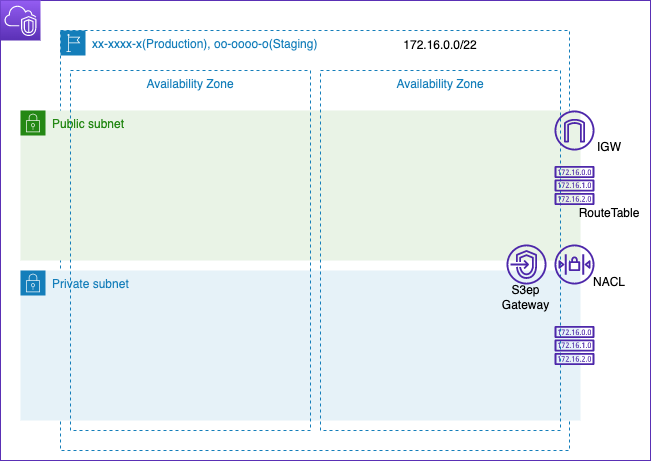
Above: images/vpc/vpc.dio.png in glass3839/iac-self-learning (draw.io), before the change. Source tidied: cells renumbered, new cells last; positions are measured from the earlier drawing's top-left corner, leaving out a move shared by most shapes. Source of this version:
```xml
<mxGraphModel>
  <root>
    <mxCell id="0" />
    <mxCell id="1" parent="0" />
    <mxCell id="2" style="rounded=0;whiteSpace=wrap;html=1;fillColor=none;strokeColor=#5A30B5;" parent="1" vertex="1">
      <mxGeometry width="650" height="460" as="geometry" />
    </mxCell>
    <mxCell id="3" value="xx-xxxx-x(Production), oo-oooo-o(Staging)" style="gradientColor=none;html=1;whiteSpace=wrap;fontSize=12;fontStyle=0;shape=mxgraph.aws4.group;grIcon=mxgraph.aws4.group_region;strokeColor=#147EBA;fillColor=none;verticalAlign=top;align=left;spacingLeft=30;fontColor=#147EBA;dashed=1;" parent="1" vertex="1">
      <mxGeometry x="60" y="30" width="509" height="420" as="geometry" />
    </mxCell>
    <mxCell id="4" style="sketch=0;fontColor=#232F3E;gradientColor=#945DF2;gradientDirection=north;fillColor=#5A30B5;strokeColor=#ffffff;dashed=0;verticalLabelPosition=bottom;verticalAlign=top;align=center;html=1;fontSize=12;fontStyle=0;shape=mxgraph.aws4.resourceIcon;resIcon=mxgraph.aws4.vpc;" parent="1" vertex="1">
      <mxGeometry width="40" height="40" as="geometry" />
    </mxCell>
    <mxCell id="5" value="Private subnet" style="gradientColor=none;html=1;whiteSpace=wrap;fontSize=12;fontStyle=0;shape=mxgraph.aws4.group;grIcon=mxgraph.aws4.group_security_group;grStroke=0;strokeColor=#147EBA;fillColor=#E6F2F8;verticalAlign=top;align=left;spacingLeft=30;fontColor=#147EBA;dashed=0;" parent="1" vertex="1">
      <mxGeometry x="20" y="270" width="560" height="150" as="geometry" />
    </mxCell>
    <mxCell id="6" value="S3ep&lt;br&gt;Gateway" style="text;html=1;strokeColor=none;fillColor=none;align=center;verticalAlign=middle;whiteSpace=wrap;rounded=0;" parent="5" vertex="1">
      <mxGeometry x="480" y="14" width="51" height="26" as="geometry" />
    </mxCell>
    <mxCell id="7" value="Public subnet" style="gradientColor=none;html=1;whiteSpace=wrap;fontSize=12;fontStyle=0;shape=mxgraph.aws4.group;grIcon=mxgraph.aws4.group_security_group;grStroke=0;strokeColor=#248814;fillColor=#E9F3E6;verticalAlign=top;align=left;spacingLeft=30;fontColor=#248814;dashed=0;" parent="1" vertex="1">
      <mxGeometry x="20" y="110" width="560" height="150" as="geometry" />
    </mxCell>
    <mxCell id="8" value="Availability Zone" style="fillColor=none;strokeColor=#147EBA;dashed=1;verticalAlign=top;fontStyle=0;fontColor=#147EBA;" parent="1" vertex="1">
      <mxGeometry x="320" y="70" width="240" height="360" as="geometry" />
    </mxCell>
    <mxCell id="9" style="sketch=0;fontColor=#232F3E;gradientColor=none;fillColor=#4D27AA;strokeColor=none;dashed=0;verticalLabelPosition=bottom;verticalAlign=top;align=center;html=1;fontSize=12;fontStyle=0;shape=mxgraph.aws4.route_table;" parent="1" vertex="1">
      <mxGeometry x="554" y="325.5" width="40" height="39" as="geometry" />
    </mxCell>
    <mxCell id="10" style="sketch=0;fontColor=#232F3E;gradientColor=none;fillColor=#4D27AA;strokeColor=none;dashed=0;verticalLabelPosition=bottom;verticalAlign=top;align=center;html=1;fontSize=12;fontStyle=0;shape=mxgraph.aws4.route_table;" parent="1" vertex="1">
      <mxGeometry x="554" y="165.5" width="40" height="39" as="geometry" />
    </mxCell>
    <mxCell id="11" style="sketch=0;fontColor=#232F3E;gradientColor=none;fillColor=#4D27AA;strokeColor=none;dashed=0;verticalLabelPosition=bottom;verticalAlign=top;align=center;html=1;fontSize=12;fontStyle=0;shape=mxgraph.aws4.internet_gateway;" parent="1" vertex="1">
      <mxGeometry x="554" y="110" width="40" height="40" as="geometry" />
    </mxCell>
    <mxCell id="12" style="sketch=0;fontColor=#232F3E;gradientColor=none;fillColor=#4D27AA;strokeColor=none;dashed=0;verticalLabelPosition=bottom;verticalAlign=top;align=center;html=1;fontSize=12;fontStyle=0;shape=mxgraph.aws4.network_access_control_list;" parent="1" vertex="1">
      <mxGeometry x="554" y="244" width="40" height="40" as="geometry" />
    </mxCell>
    <mxCell id="13" value="IGW" style="text;html=1;strokeColor=none;fillColor=none;align=center;verticalAlign=middle;whiteSpace=wrap;rounded=0;" parent="1" vertex="1">
      <mxGeometry x="594" y="139" width="30" height="16" as="geometry" />
    </mxCell>
    <mxCell id="14" value="RouteTable" style="text;html=1;strokeColor=none;fillColor=none;align=center;verticalAlign=middle;whiteSpace=wrap;rounded=0;" parent="1" vertex="1">
      <mxGeometry x="594" y="204.5" width="30" height="16" as="geometry" />
    </mxCell>
    <mxCell id="15" value="NACL" style="text;html=1;strokeColor=none;fillColor=none;align=center;verticalAlign=middle;whiteSpace=wrap;rounded=0;" parent="1" vertex="1">
      <mxGeometry x="594" y="274" width="30" height="16" as="geometry" />
    </mxCell>
    <mxCell id="16" style="sketch=0;fontColor=#232F3E;gradientColor=none;fillColor=#4D27AA;strokeColor=none;dashed=0;verticalLabelPosition=bottom;verticalAlign=top;align=center;html=1;fontSize=12;fontStyle=0;shape=mxgraph.aws4.endpoints;" parent="1" vertex="1">
      <mxGeometry x="506" y="244" width="40" height="40" as="geometry" />
    </mxCell>
    <mxCell id="17" value="Availability Zone" style="fillColor=none;strokeColor=#147EBA;dashed=1;verticalAlign=top;fontStyle=0;fontColor=#147EBA;" parent="1" vertex="1">
      <mxGeometry x="70" y="70" width="240" height="360" as="geometry" />
    </mxCell>
    <mxCell id="18" value="172.16.0.0/22" style="text;html=1;strokeColor=none;fillColor=none;align=center;verticalAlign=middle;whiteSpace=wrap;rounded=0;" parent="1" vertex="1">
      <mxGeometry x="380" y="30" width="120" height="30" as="geometry" />
    </mxCell>
  </root>
</mxGraphModel>
```
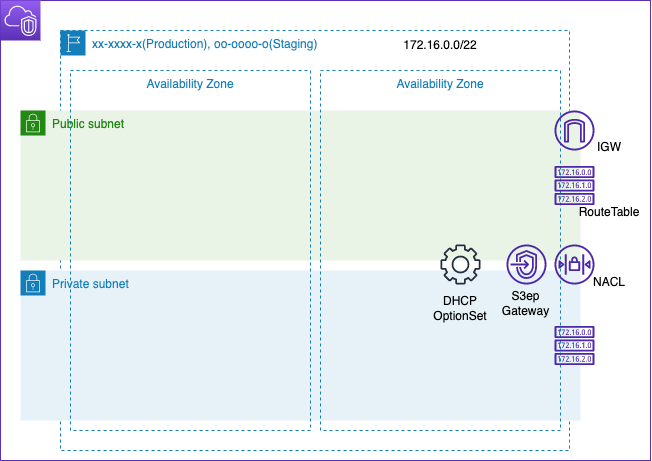
The same diagram one commit later.

Change to the diagram source:
```diff
@@ -15,7 +15,7 @@
       <mxGeometry x="20" y="270" width="560" height="150" as="geometry" />
     </mxCell>
     <mxCell id="6" value="S3ep&lt;br&gt;Gateway" style="text;html=1;strokeColor=none;fillColor=none;align=center;verticalAlign=middle;whiteSpace=wrap;rounded=0;" parent="5" vertex="1">
-      <mxGeometry x="480" y="14" width="51" height="26" as="geometry" />
+      <mxGeometry x="480" y="20" width="51" height="26" as="geometry" />
     </mxCell>
     <mxCell id="7" value="Public subnet" style="gradientColor=none;html=1;whiteSpace=wrap;fontSize=12;fontStyle=0;shape=mxgraph.aws4.group;grIcon=mxgraph.aws4.group_security_group;grStroke=0;strokeColor=#248814;fillColor=#E9F3E6;verticalAlign=top;align=left;spacingLeft=30;fontColor=#248814;dashed=0;" parent="1" vertex="1">
       <mxGeometry x="20" y="110" width="560" height="150" as="geometry" />
@@ -53,5 +53,11 @@
     <mxCell id="18" value="172.16.0.0/22" style="text;html=1;strokeColor=none;fillColor=none;align=center;verticalAlign=middle;whiteSpace=wrap;rounded=0;" parent="1" vertex="1">
       <mxGeometry x="380" y="30" width="120" height="30" as="geometry" />
     </mxCell>
+    <mxCell id="19" style="sketch=0;fontColor=#232F3E;gradientColor=none;fillColor=#232F3D;strokeColor=none;dashed=0;verticalLabelPosition=bottom;verticalAlign=top;align=center;html=1;fontSize=12;fontStyle=0;shape=mxgraph.aws4.gear;" parent="1" vertex="1">
+      <mxGeometry x="440" y="244" width="40" height="40" as="geometry" />
+    </mxCell>
+    <mxCell id="20" value="DHCP&lt;br&gt;OptionSet" style="text;html=1;strokeColor=none;fillColor=none;align=center;verticalAlign=middle;whiteSpace=wrap;rounded=0;" parent="1" vertex="1">
+      <mxGeometry x="445" y="300" width="30" height="16" as="geometry" />
+    </mxCell>
   </root>
 </mxGraphModel>
```
